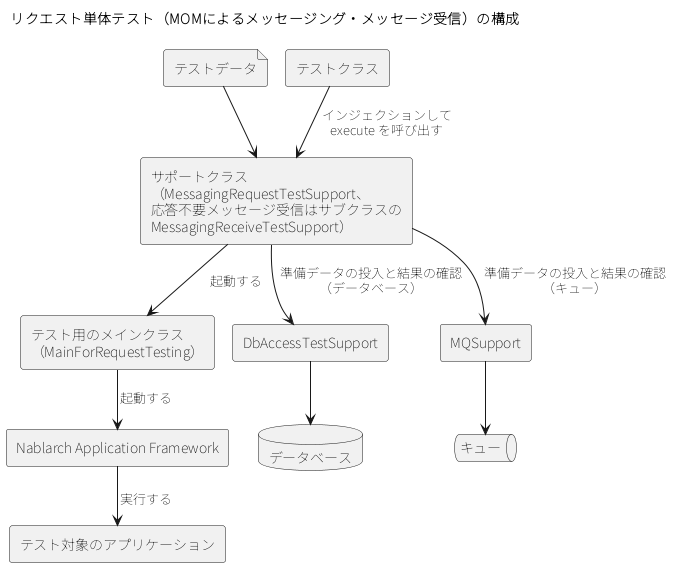
Above: ja/development_tools/testing_framework/implementation/request_unit_test/images/mom/request_test_components.png in nablarch/nablarch-document (PlantUML), before the change. Source of this version:
```plantuml
@startuml
!pragma layout smetana
skinparam shadowing false
skinparam defaultFontName "Noto Sans JP"
title リクエスト単体テスト（MOMによるメッセージング・メッセージ受信）の構成
file "テストデータ" as TD
rectangle "テストクラス" as TC
rectangle "サポートクラス\n（MessagingRequestTestSupport、\n応答不要メッセージ受信はサブクラスの\nMessagingReceiveTestSupport）" as SUP
rectangle "テスト用のメインクラス\n（MainForRequestTesting）" as MAIN
rectangle "Nablarch Application Framework" as NAF
rectangle "テスト対象のアプリケーション" as APP
rectangle "DbAccessTestSupport" as DATS
rectangle "MQSupport" as MQS
database "データベース" as DB
queue "キュー" as Q
TD --> SUP
TC --> SUP : インジェクションして\nexecute を呼び出す
SUP --> MAIN : 起動する
MAIN --> NAF : 起動する
NAF --> APP : 実行する
SUP --> DATS : 準備データの投入と結果の確認\n（データベース）
SUP --> MQS : 準備データの投入と結果の確認\n（キュー）
DATS --> DB
MQS --> Q
@enduml
```
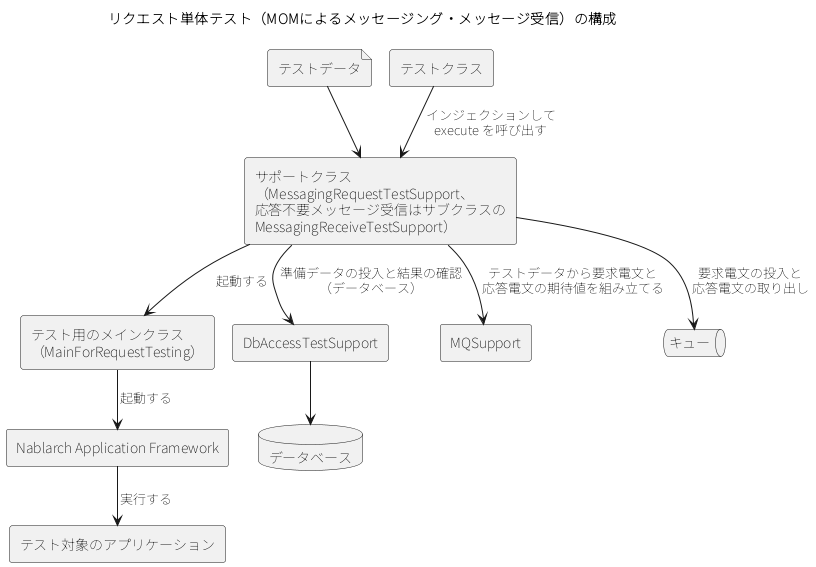
After the commit.

Commit message:
リクエスト単体テスト（MOM）: MQSupport の役割を「電文の組み立て」に正し、構成図のキューへの矢印をサポートクラスからにする

実測検証: MQSupport の公開メソッドは prepareRequestMessage・prepareForAssertion の 2 つで、テストデータから Putter／Comparator を返すだけ
（MQSupport.java:27-40@ae989ec）。キューへの送信と応答の受信は MessagingRequestTestSupport 自身が行う（:185-188・:196-197）。
同ページの execute_sequence 図は正しく描いており、構成図だけが矛盾していた。PNG は PlantUML 1.2025.4・temurin-17 で再生成。

Change to the diagram source:
```diff
@@ -19,7 +19,7 @@
 MAIN --> NAF : 起動する
 NAF --> APP : 実行する
 SUP --> DATS : 準備データの投入と結果の確認\n（データベース）
-SUP --> MQS : 準備データの投入と結果の確認\n（キュー）
+SUP --> MQS : テストデータから要求電文と\n応答電文の期待値を組み立てる
+SUP --> Q : 要求電文の投入と\n応答電文の取り出し
 DATS --> DB
-MQS --> Q
 @enduml
```
